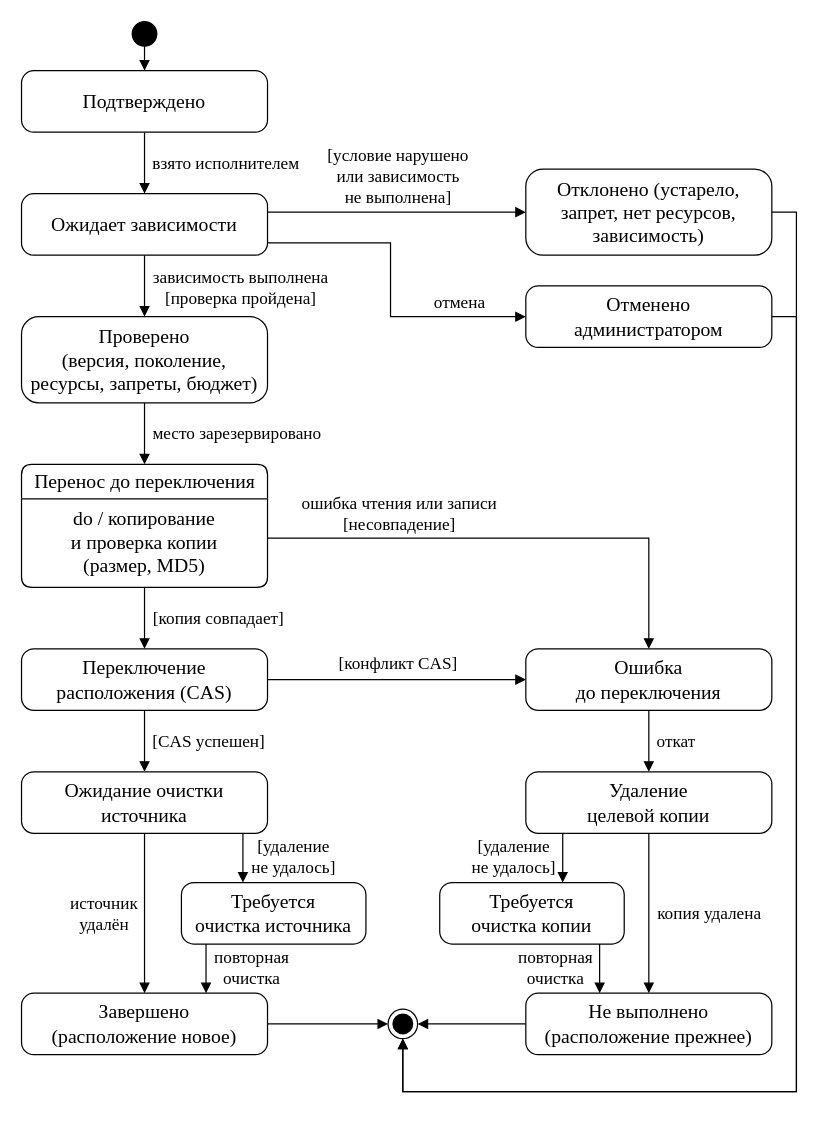
WithSoull/obsidian keeps this draw.io diagram as 40 - Projects/Диплом/images/src/migration_states.drawio. Above is the earlier version. Source tidied: cells renumbered, new cells numbered last; positions are measured from the earlier drawing's top-left corner, leaving out a move shared by most shapes. Both pictures are drawn from the tidied source at 123%, with x=0, y=0 at pixel (21, 21).
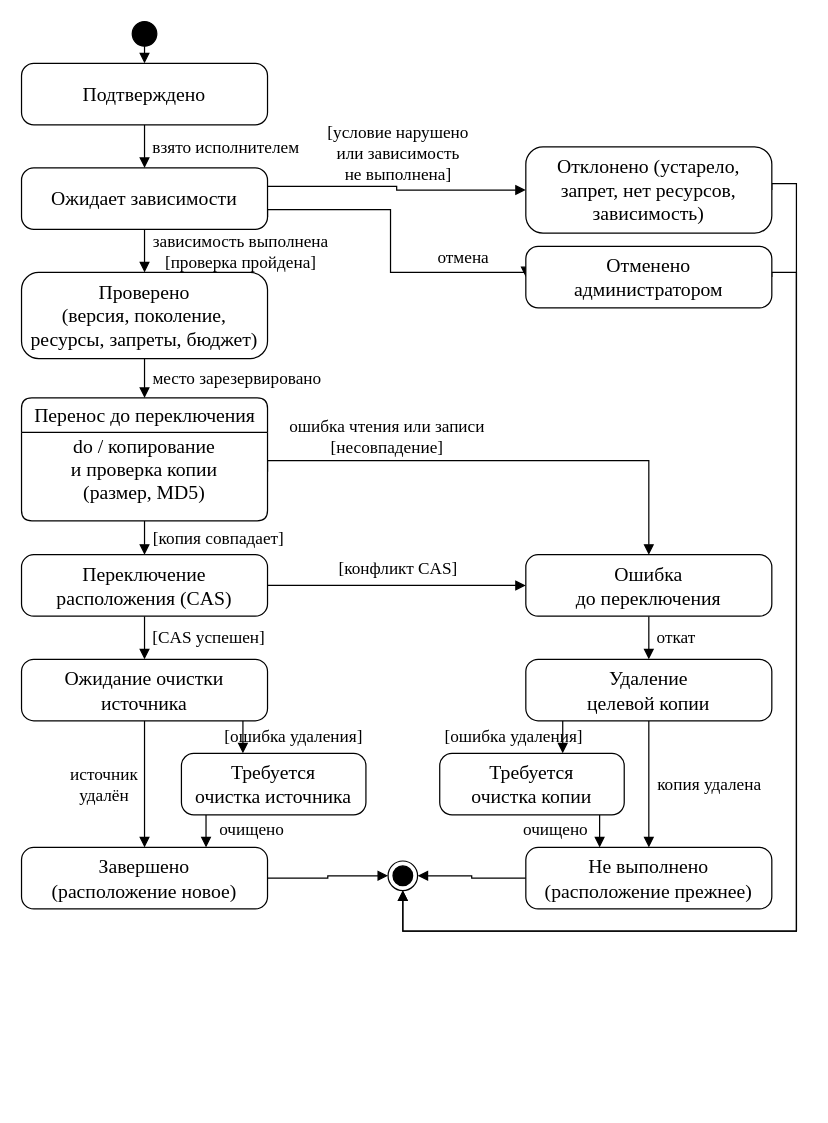
After the change.

The change refers to these unchanged cells:
```xml
<mxCell id="6" style="edgeStyle=orthogonalEdgeStyle;rounded=0;html=1;strokeColor=#000000;strokeWidth=1;endArrow=block;endFill=1;endSize=6;jettySize=auto;exitX=0.8667;exitY=1.0000;exitDx=0;exitDy=0;exitPerimeter=0;entryX=0.3000;entryY=0.0000;entryDx=0;entryDy=0;entryPerimeter=0;fontFamily=Times New Roman;fontSize=14;fontColor=#000000;" parent="1" edge="1" source="36" target="38">
  <mxGeometry relative="1" as="geometry" />
</mxCell>
<mxCell id="7" style="edgeStyle=orthogonalEdgeStyle;rounded=0;html=1;strokeColor=#000000;strokeWidth=1;endArrow=block;endFill=1;endSize=6;jettySize=auto;exitX=0.1333;exitY=1.0000;exitDx=0;exitDy=0;exitPerimeter=0;entryX=0.7500;entryY=0.0000;entryDx=0;entryDy=0;entryPerimeter=0;fontFamily=Times New Roman;fontSize=14;fontColor=#000000;" parent="1" edge="1" source="35" target="37">
  <mxGeometry relative="1" as="geometry" />
</mxCell>
<mxCell id="10" style="edgeStyle=orthogonalEdgeStyle;rounded=0;html=1;strokeColor=#000000;strokeWidth=1;endArrow=block;endFill=1;endSize=6;jettySize=auto;exitX=0.1500;exitY=1.0000;exitDx=0;exitDy=0;exitPerimeter=0;entryX=0.6667;entryY=0.0000;entryDx=0;entryDy=0;entryPerimeter=0;fontFamily=Times New Roman;fontSize=14;fontColor=#000000;" parent="1" edge="1" source="34" target="36">
  <mxGeometry relative="1" as="geometry" />
</mxCell>
<mxCell id="11" style="edgeStyle=orthogonalEdgeStyle;rounded=0;html=1;strokeColor=#000000;strokeWidth=1;endArrow=block;endFill=1;endSize=6;jettySize=auto;exitX=0.9000;exitY=1.0000;exitDx=0;exitDy=0;exitPerimeter=0;entryX=0.3333;entryY=0.0000;entryDx=0;entryDy=0;entryPerimeter=0;fontFamily=Times New Roman;fontSize=14;fontColor=#000000;" parent="1" edge="1" source="33" target="35">
  <mxGeometry relative="1" as="geometry" />
</mxCell>
```

Diff of the diagram source:
```diff
@@
     <mxCell id="2" style="edgeStyle=orthogonalEdgeStyle;rounded=0;html=1;strokeColor=#000000;strokeWidth=1;endArrow=block;endFill=1;endSize=6;jettySize=auto;exitX=1.0000;exitY=0.5000;exitDx=0;exitDy=0;exitPerimeter=0;entryX=0.5000;entryY=1.0000;entryDx=0;entryDy=0;entryPerimeter=0;fontFamily=Times New Roman;fontSize=14;fontColor=#000000;" parent="1" edge="1" source="27" target="39">
       <mxGeometry relative="1" as="geometry">
         <Array as="points">
-          <mxPoint x="630" y="240" />
-          <mxPoint x="630" y="870" />
-          <mxPoint x="310" y="870" />
+          <mxPoint x="630" y="204" />
+          <mxPoint x="630" y="739.5" />
+          <mxPoint x="310" y="739.5" />
         </Array>
       </mxGeometry>
     </mxCell>
     <mxCell id="3" style="edgeStyle=orthogonalEdgeStyle;rounded=0;html=1;strokeColor=#000000;strokeWidth=1;endArrow=block;endFill=1;endSize=6;jettySize=auto;exitX=1.0000;exitY=0.5000;exitDx=0;exitDy=0;exitPerimeter=0;entryX=0.5000;entryY=1.0000;entryDx=0;entryDy=0;entryPerimeter=0;fontFamily=Times New Roman;fontSize=14;fontColor=#000000;" parent="1" edge="1" source="26" target="39">
       <mxGeometry relative="1" as="geometry">
         <Array as="points">
-          <mxPoint x="630" y="155" />
-          <mxPoint x="630" y="870" />
-          <mxPoint x="310" y="870" />
+          <mxPoint x="630" y="131.8" />
+          <mxPoint x="630" y="739.5" />
+          <mxPoint x="310" y="739.5" />
         </Array>
       </mxGeometry>
     </mxCell>
@@
     <mxCell id="16" style="edgeStyle=orthogonalEdgeStyle;rounded=0;html=1;strokeColor=#000000;strokeWidth=1;endArrow=block;endFill=1;endSize=6;jettySize=auto;exitX=1.0000;exitY=0.6000;exitDx=0;exitDy=0;exitPerimeter=0;entryX=0.5000;entryY=0.0000;entryDx=0;entryDy=0;entryPerimeter=0;fontFamily=Times New Roman;fontSize=14;fontColor=#000000;" parent="1" edge="1" source="29" target="32">
       <mxGeometry relative="1" as="geometry">
         <Array as="points">
-          <mxPoint x="510" y="420" />
+          <mxPoint x="510" y="357" />
         </Array>
       </mxGeometry>
     </mxCell>
@@
     <mxCell id="19" style="edgeStyle=orthogonalEdgeStyle;rounded=0;html=1;strokeColor=#000000;strokeWidth=1;endArrow=block;endFill=1;endSize=6;jettySize=auto;exitX=1.0000;exitY=0.8000;exitDx=0;exitDy=0;exitPerimeter=0;entryX=0.0000;entryY=0.5000;entryDx=0;entryDy=0;entryPerimeter=0;fontFamily=Times New Roman;fontSize=14;fontColor=#000000;" parent="1" edge="1" source="25" target="27">
       <mxGeometry relative="1" as="geometry">
         <Array as="points">
-          <mxPoint x="300" y="180" />
-          <mxPoint x="300" y="240" />
+          <mxPoint x="300" y="153" />
+          <mxPoint x="300" y="204" />
         </Array>
       </mxGeometry>
     </mxCell>
@@
     <mxCell id="24" value="Подтверждено" style="rounded=1;arcSize=20;whiteSpace=wrap;html=1;fillColor=#FFFFFF;strokeColor=#000000;fontFamily=Times New Roman;fontSize=16;fontColor=#000000;" parent="1" vertex="1">
-      <mxGeometry y="40" width="200" height="50" as="geometry" />
+      <mxGeometry y="34" width="200" height="50" as="geometry" />
     </mxCell>
     <mxCell id="25" value="Ожидает зависимости" style="rounded=1;arcSize=20;whiteSpace=wrap;html=1;fillColor=#FFFFFF;strokeColor=#000000;fontFamily=Times New Roman;fontSize=16;fontColor=#000000;" parent="1" vertex="1">
-      <mxGeometry y="140" width="200" height="50" as="geometry" />
+      <mxGeometry y="119" width="200" height="50" as="geometry" />
     </mxCell>
     <mxCell id="26" value="Отклонено (устарело,&lt;br&gt;запрет, нет ресурсов,&lt;br&gt;зависимость)" style="rounded=1;arcSize=20;whiteSpace=wrap;html=1;fillColor=#FFFFFF;strokeColor=#000000;fontFamily=Times New Roman;fontSize=16;fontColor=#000000;" parent="1" vertex="1">
-      <mxGeometry x="410" y="120" width="200" height="70" as="geometry" />
+      <mxGeometry x="410" y="102" width="200" height="70" as="geometry" />
     </mxCell>
     <mxCell id="27" value="Отменено&lt;br&gt;администратором" style="rounded=1;arcSize=20;whiteSpace=wrap;html=1;fillColor=#FFFFFF;strokeColor=#000000;fontFamily=Times New Roman;fontSize=16;fontColor=#000000;" parent="1" vertex="1">
-      <mxGeometry x="410" y="215" width="200" height="50" as="geometry" />
+      <mxGeometry x="410" y="182.8" width="200" height="50" as="geometry" />
     </mxCell>
     <mxCell id="28" value="Проверено&lt;br&gt;(версия, поколение,&lt;br&gt;ресурсы, запреты, бюджет)" style="rounded=1;arcSize=20;whiteSpace=wrap;html=1;fillColor=#FFFFFF;strokeColor=#000000;fontFamily=Times New Roman;fontSize=16;fontColor=#000000;" parent="1" vertex="1">
-      <mxGeometry y="240" width="200" height="70" as="geometry" />
+      <mxGeometry y="204" width="200" height="70" as="geometry" />
     </mxCell>
     <mxCell id="29" value="Перенос до переключения" style="swimlane;rounded=1;arcSize=10;startSize=28;html=1;fillColor=#FFFFFF;swimlaneFillColor=#FFFFFF;strokeColor=#000000;fontStyle=0;fontFamily=Times New Roman;fontSize=16;fontColor=#000000;" parent="1" vertex="1">
-      <mxGeometry y="360" width="200" height="100" as="geometry" />
+      <mxGeometry y="306" width="200" height="100" as="geometry" />
     </mxCell>
     <mxCell id="30" value="do / копирование&lt;br&gt;и проверка копии&lt;br&gt;(размер, MD5)" style="text;html=1;align=center;verticalAlign=middle;spacing=0;whiteSpace=wrap;fontFamily=Times New Roman;fontSize=16;fontColor=#000000;" parent="1" vertex="1">
-      <mxGeometry x="5" y="392" width="190" height="62" as="geometry" />
+      <mxGeometry x="5" y="333.2" width="190" height="62" as="geometry" />
     </mxCell>
     <mxCell id="31" value="Переключение&lt;br&gt;расположения (CAS)" style="rounded=1;arcSize=20;whiteSpace=wrap;html=1;fillColor=#FFFFFF;strokeColor=#000000;fontFamily=Times New Roman;fontSize=16;fontColor=#000000;" parent="1" vertex="1">
-      <mxGeometry y="510" width="200" height="50" as="geometry" />
+      <mxGeometry y="433.5" width="200" height="50" as="geometry" />
     </mxCell>
     <mxCell id="32" value="Ошибка&lt;br&gt;до переключения" style="rounded=1;arcSize=20;whiteSpace=wrap;html=1;fillColor=#FFFFFF;strokeColor=#000000;fontFamily=Times New Roman;fontSize=16;fontColor=#000000;" parent="1" vertex="1">
-      <mxGeometry x="410" y="510" width="200" height="50" as="geometry" />
+      <mxGeometry x="410" y="433.5" width="200" height="50" as="geometry" />
     </mxCell>
     <mxCell id="33" value="Ожидание очистки&lt;br&gt;источника" style="rounded=1;arcSize=20;whiteSpace=wrap;html=1;fillColor=#FFFFFF;strokeColor=#000000;fontFamily=Times New Roman;fontSize=16;fontColor=#000000;" parent="1" vertex="1">
-      <mxGeometry y="610" width="200" height="50" as="geometry" />
+      <mxGeometry y="518.5" width="200" height="50" as="geometry" />
     </mxCell>
     <mxCell id="34" value="Удаление&lt;br&gt;целевой копии" style="rounded=1;arcSize=20;whiteSpace=wrap;html=1;fillColor=#FFFFFF;strokeColor=#000000;fontFamily=Times New Roman;fontSize=16;fontColor=#000000;" parent="1" vertex="1">
-      <mxGeometry x="410" y="610" width="200" height="50" as="geometry" />
+      <mxGeometry x="410" y="518.5" width="200" height="50" as="geometry" />
     </mxCell>
     <mxCell id="35" value="Требуется&lt;br&gt;очистка источника" style="rounded=1;arcSize=20;whiteSpace=wrap;html=1;fillColor=#FFFFFF;strokeColor=#000000;fontFamily=Times New Roman;fontSize=16;fontColor=#000000;" parent="1" vertex="1">
-      <mxGeometry x="130" y="700" width="150" height="50" as="geometry" />
+      <mxGeometry x="130" y="595" width="150" height="50" as="geometry" />
     </mxCell>
     <mxCell id="36" value="Требуется&lt;br&gt;очистка копии" style="rounded=1;arcSize=20;whiteSpace=wrap;html=1;fillColor=#FFFFFF;strokeColor=#000000;fontFamily=Times New Roman;fontSize=16;fontColor=#000000;" parent="1" vertex="1">
-      <mxGeometry x="340" y="700" width="150" height="50" as="geometry" />
+      <mxGeometry x="340" y="595" width="150" height="50" as="geometry" />
     </mxCell>
     <mxCell id="37" value="Завершено&lt;br&gt;(расположение новое)" style="rounded=1;arcSize=20;whiteSpace=wrap;html=1;fillColor=#FFFFFF;strokeColor=#000000;fontFamily=Times New Roman;fontSize=16;fontColor=#000000;" parent="1" vertex="1">
-      <mxGeometry y="790" width="200" height="50" as="geometry" />
+      <mxGeometry y="671.5" width="200" height="50" as="geometry" />
     </mxCell>
     <mxCell id="38" value="Не выполнено&lt;br&gt;(расположение прежнее)" style="rounded=1;arcSize=20;whiteSpace=wrap;html=1;fillColor=#FFFFFF;strokeColor=#000000;fontFamily=Times New Roman;fontSize=16;fontColor=#000000;" parent="1" vertex="1">
-      <mxGeometry x="410" y="790" width="200" height="50" as="geometry" />
+      <mxGeometry x="410" y="671.5" width="200" height="50" as="geometry" />
     </mxCell>
     <mxCell id="39" style="ellipse;html=1;shape=endState;fillColor=#000000;strokeColor=#000000;fontFamily=Times New Roman;fontSize=16;fontColor=#000000;" parent="1" vertex="1">
-      <mxGeometry x="298" y="803" width="24" height="24" as="geometry" />
+      <mxGeometry x="298" y="682.5" width="24" height="24" as="geometry" />
     </mxCell>
@@
-    <mxCell id="50" value="[удаление&lt;br&gt;не удалось]" style="edgeLabel;html=1;align=center;verticalAlign=middle;labelBackgroundColor=none;fontFamily=Times New Roman;fontSize=14;fontColor=#000000;" parent="11" vertex="1">
+    <mxCell id="50" value="[ошибка удаления]" style="edgeLabel;html=1;align=center;verticalAlign=middle;labelBackgroundColor=none;fontFamily=Times New Roman;fontSize=14;fontColor=#000000;" parent="11" vertex="1">
       <mxGeometry relative="1" as="geometry">
         <mxPoint x="40.2" as="offset" />
       </mxGeometry>
     </mxCell>
-    <mxCell id="51" value="[удаление&lt;br&gt;не удалось]" style="edgeLabel;html=1;align=center;verticalAlign=middle;labelBackgroundColor=none;fontFamily=Times New Roman;fontSize=14;fontColor=#000000;" parent="10" vertex="1">
+    <mxCell id="51" value="[ошибка удаления]" style="edgeLabel;html=1;align=center;verticalAlign=middle;labelBackgroundColor=none;fontFamily=Times New Roman;fontSize=14;fontColor=#000000;" parent="10" vertex="1">
       <mxGeometry relative="1" as="geometry">
         <mxPoint x="-40.2" as="offset" />
       </mxGeometry>
     </mxCell>
@@
-    <mxCell id="54" value="повторная&lt;br&gt;очистка" style="edgeLabel;html=1;align=center;verticalAlign=middle;labelBackgroundColor=none;fontFamily=Times New Roman;fontSize=14;fontColor=#000000;" parent="7" vertex="1">
+    <mxCell id="54" value="очищено" style="edgeLabel;html=1;align=center;verticalAlign=middle;labelBackgroundColor=none;fontFamily=Times New Roman;fontSize=14;fontColor=#000000;" parent="7" vertex="1">
       <mxGeometry relative="1" as="geometry">
         <mxPoint x="36.4" as="offset" />
       </mxGeometry>
     </mxCell>
-    <mxCell id="55" value="повторная&lt;br&gt;очистка" style="edgeLabel;html=1;align=center;verticalAlign=middle;labelBackgroundColor=none;fontFamily=Times New Roman;fontSize=14;fontColor=#000000;" parent="6" vertex="1">
+    <mxCell id="55" value="очищено" style="edgeLabel;html=1;align=center;verticalAlign=middle;labelBackgroundColor=none;fontFamily=Times New Roman;fontSize=14;fontColor=#000000;" parent="6" vertex="1">
       <mxGeometry relative="1" as="geometry">
         <mxPoint x="-36.4" as="offset" />
       </mxGeometry>
     </mxCell>
```
